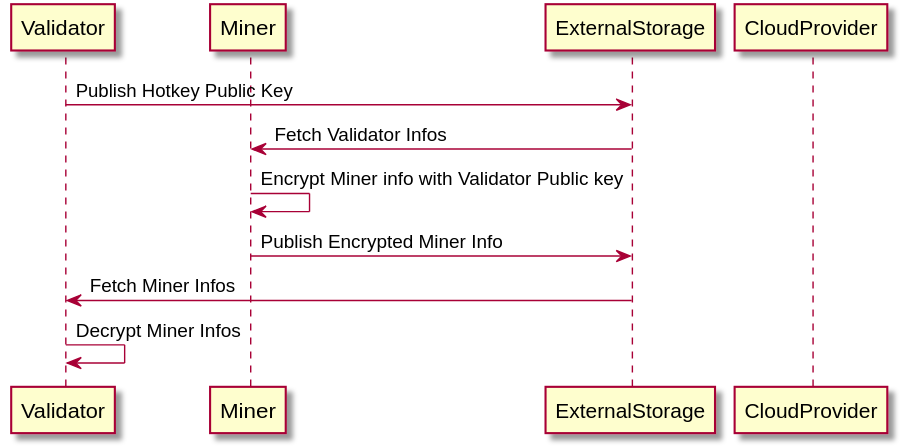
This is assets/diagrams/CommunicationFlow.svg from bactensor/bt-ddos-shield, a PlantUML export, as it was before one commit.
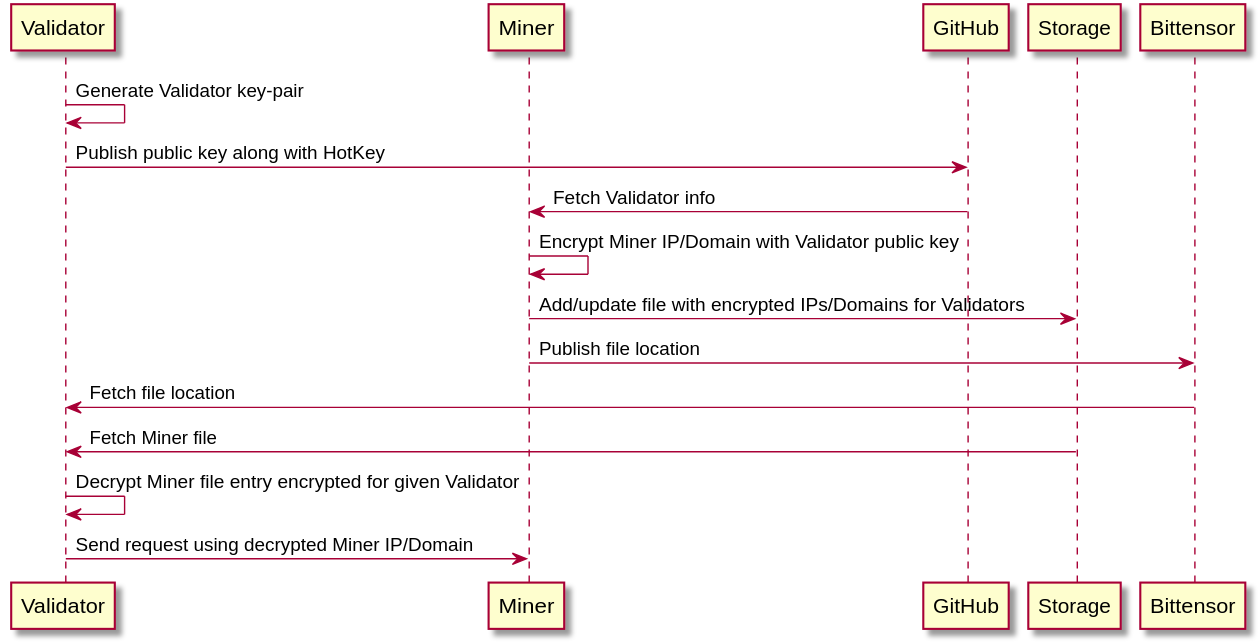
After the commit.

Commit message:
fix: update communication flow diagram

Diff of the diagram source:
```diff
@@ -1,12 +1,17 @@
 @startuml ./assets/diagrams/CommunicationFlow
 participant Validator
 participant Miner
-participant ExternalStorage
-participant CloudProvider
-Validator -> ExternalStorage: Publish Hotkey Public Key
-ExternalStorage -> Miner: Fetch Validator Infos
-Miner -> Miner: Encrypt Miner info with Validator Public key
-Miner -> ExternalStorage: Publish Encrypted Miner Info
-ExternalStorage -> Validator: Fetch Miner Infos
-Validator -> Validator: Decrypt Miner Infos
+participant GitHub
+participant Storage
+participant Bittensor
+Validator -> Validator: Generate Validator key-pair
+Validator -> GitHub: Publish public key along with HotKey
+GitHub -> Miner: Fetch Validator info
+Miner -> Miner: Encrypt Miner IP/Domain with Validator public key
+Miner -> Storage: Add/update file with encrypted IPs/Domains for Validators
+Miner -> Bittensor: Publish file location
+Bittensor -> Validator: Fetch file location
+Storage -> Validator: Fetch Miner file
+Validator -> Validator: Decrypt Miner file entry encrypted for given Validator
+Validator -> Miner: Send request using decrypted Miner IP/Domain
 @enduml
```
